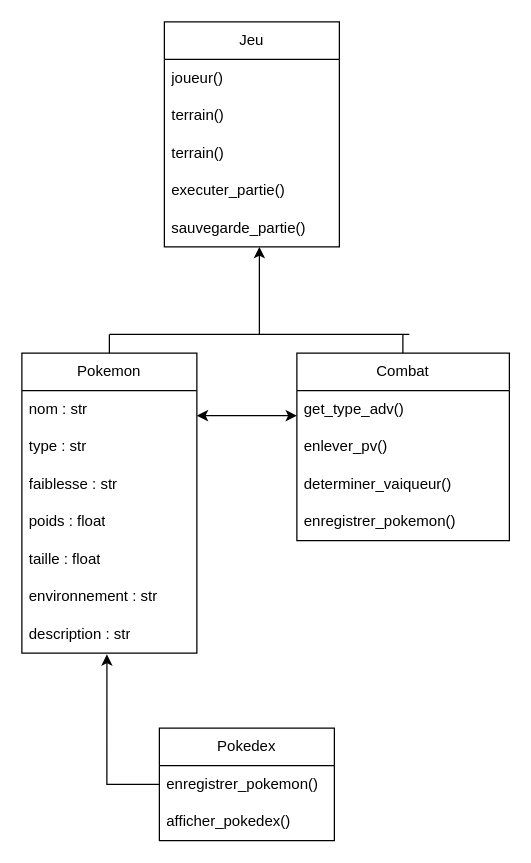
lucas-savioz/Pokemon keeps this draw.io diagram as Digramme projet Pokemon.drawio. Above is the earlier version. Source tidied: cells renumbered, new cells numbered last; positions are measured from the earlier drawing's top-left corner, leaving out a move shared by most shapes. Both pictures are drawn from the tidied source at 125%, with x=0, y=0 at pixel (21, 21).
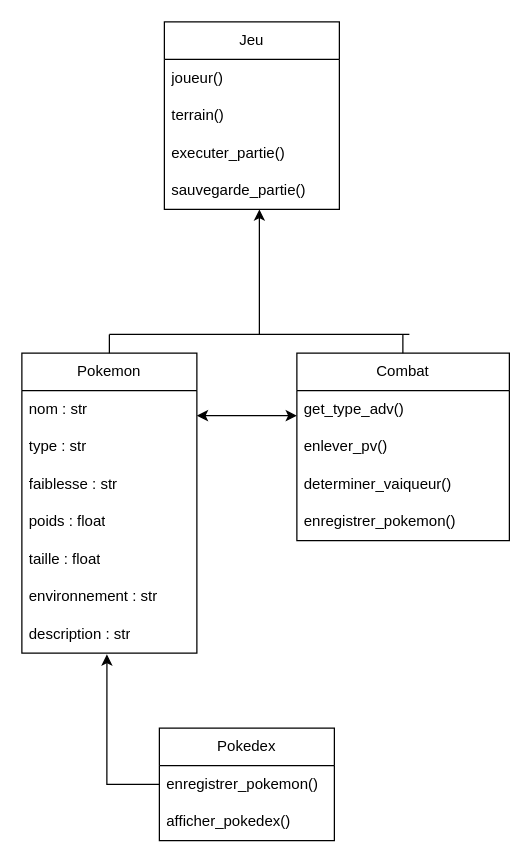
The same diagram, later.

Commit message:
Mettre à jour Digramme projet Pokemon.drawio

Diff of the diagram source:
```diff
@@
     <mxCell id="20" value="Jeu" style="swimlane;fontStyle=0;horizontal=1;startSize=30;whiteSpace=wrap;html=1;" parent="1" vertex="1">
-      <mxGeometry x="114" width="140" height="180" as="geometry" />
+      <mxGeometry x="114" width="140" height="150" as="geometry" />
     </mxCell>
@@
-    <mxCell id="22" value="terrain()" style="text;strokeColor=none;fillColor=none;align=left;verticalAlign=middle;spacingLeft=4;spacingRight=4;overflow=hidden;whiteSpace=wrap;html=1;" parent="20" vertex="1">
-      <mxGeometry y="60" width="140" height="30" as="geometry" />
-    </mxCell>
     <mxCell id="23" value="&lt;div&gt;terrain()&lt;/div&gt;" style="text;strokeColor=none;fillColor=none;align=left;verticalAlign=middle;spacingLeft=4;spacingRight=4;overflow=hidden;whiteSpace=wrap;html=1;" parent="20" vertex="1">
-      <mxGeometry y="90" width="140" height="30" as="geometry" />
+      <mxGeometry y="60" width="140" height="30" as="geometry" />
     </mxCell>
     <mxCell id="24" value="&lt;div&gt;executer_partie()&lt;/div&gt;" style="text;strokeColor=none;fillColor=none;align=left;verticalAlign=middle;spacingLeft=4;spacingRight=4;overflow=hidden;whiteSpace=wrap;html=1;" parent="20" vertex="1">
-      <mxGeometry y="120" width="140" height="30" as="geometry" />
+      <mxGeometry y="90" width="140" height="30" as="geometry" />
     </mxCell>
     <mxCell id="25" value="&lt;div&gt;sauvegarde_partie()&lt;/div&gt;" style="text;strokeColor=none;fillColor=none;align=left;verticalAlign=middle;spacingLeft=4;spacingRight=4;overflow=hidden;whiteSpace=wrap;html=1;" parent="20" vertex="1">
-      <mxGeometry y="150" width="140" height="30" as="geometry" />
+      <mxGeometry y="120" width="140" height="30" as="geometry" />
     </mxCell>
@@
     <mxCell id="29" style="endArrow=classic;html=1;rounded=0;" parent="1" edge="1">
       <mxGeometry relative="1" as="geometry">
         <mxPoint x="190" y="250" as="sourcePoint" />
-        <mxPoint x="190" y="180" as="targetPoint" />
+        <mxPoint x="190" y="150" as="targetPoint" />
       </mxGeometry>
     </mxCell>
```
